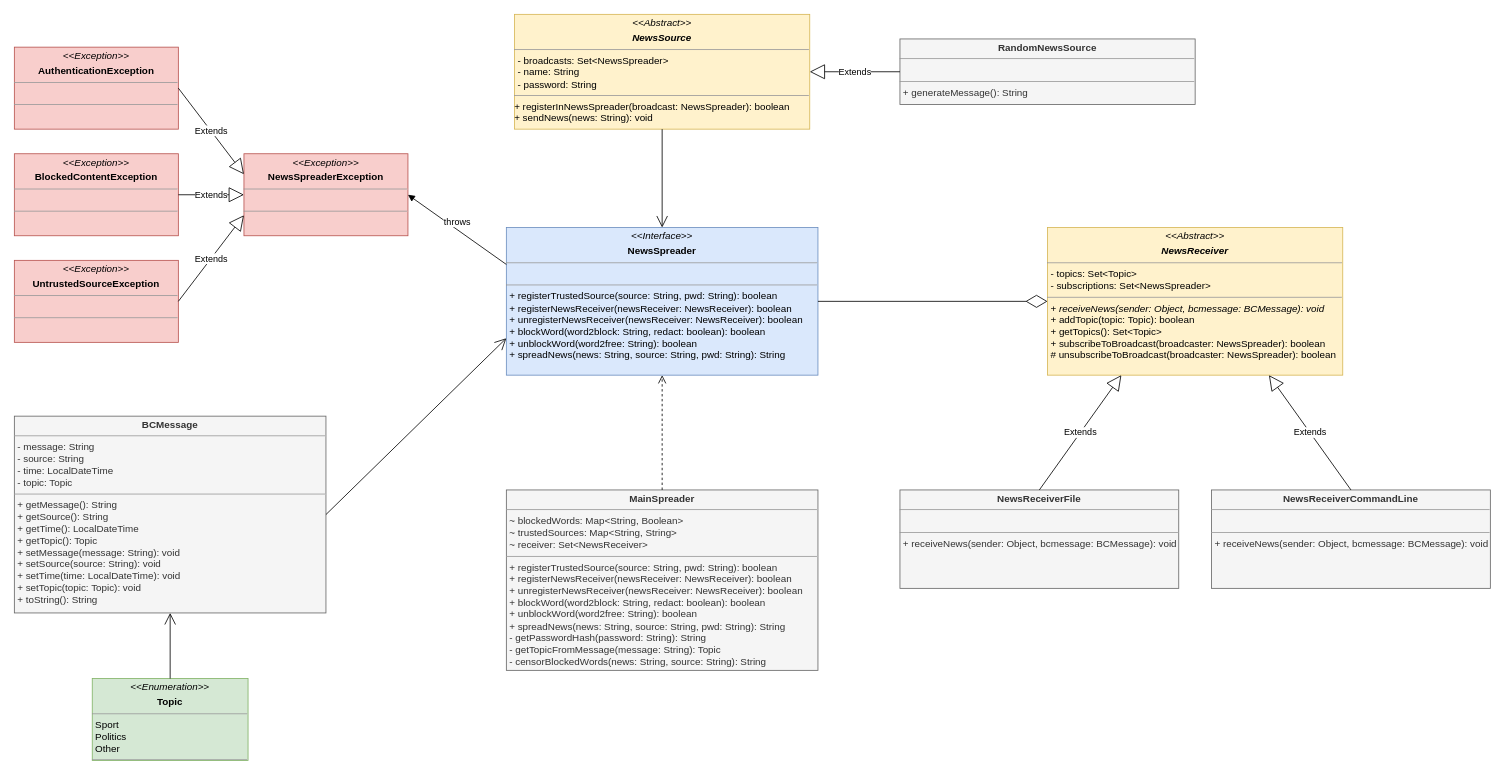
Earlier version of the draw.io diagram doc/observer/img/a6_uml.drawio (Johannes-Baischer/SE-Assignments). Source tidied: cells renumbered, new cells numbered last; positions are measured from the earlier drawing's top-left corner, leaving out a move shared by most shapes. Both pictures are drawn from the tidied source at 82%, with x=0, y=0 at pixel (14, 14).
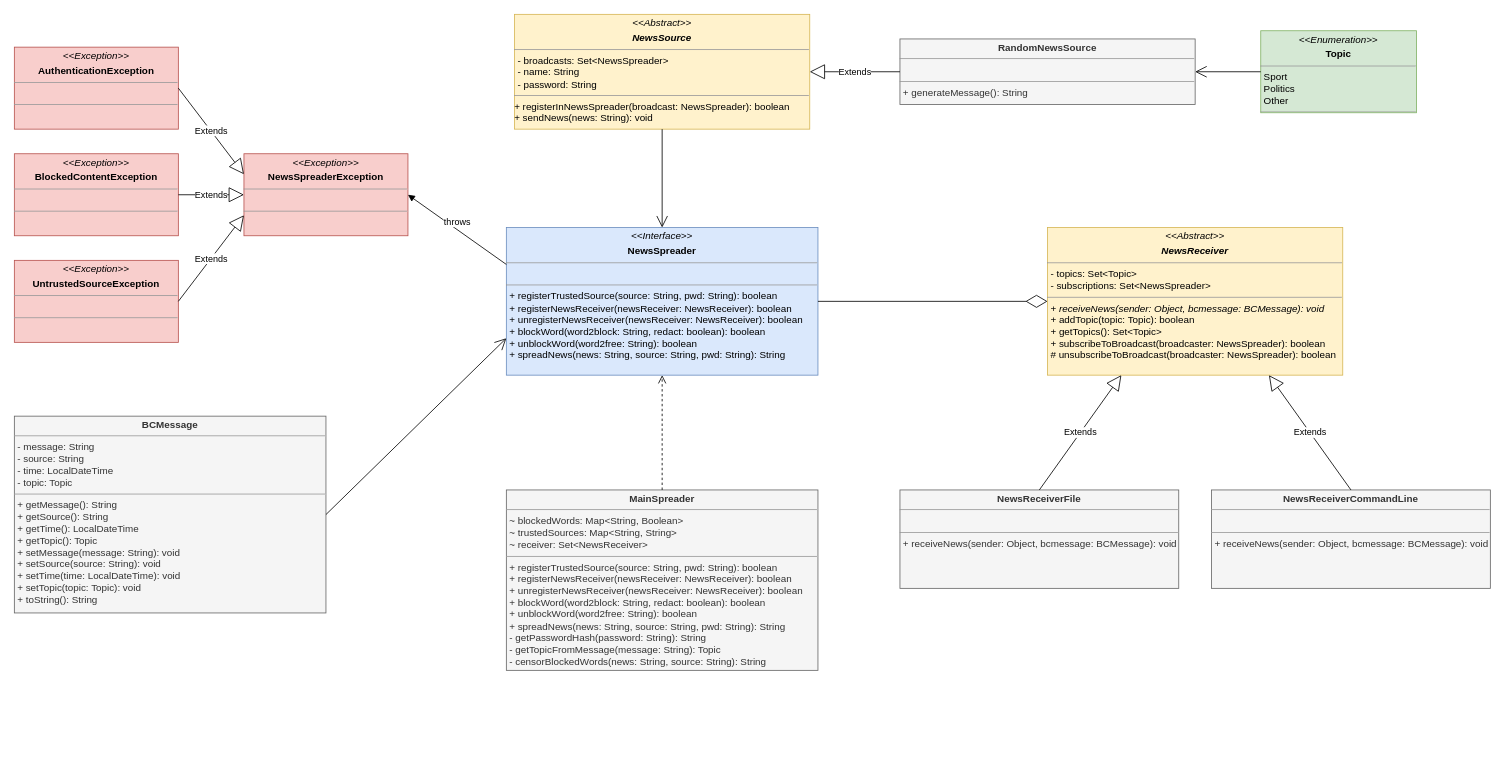
The same diagram, later.

The change refers to these unchanged cells:
```xml
<mxCell id="18" value="&lt;p style=&quot;margin:0px;margin-top:4px;text-align:center;&quot;&gt;&lt;b&gt;BCMessage&lt;/b&gt;&lt;/p&gt;&lt;hr size=&quot;1&quot;&gt;&lt;p style=&quot;margin:0px;margin-left:4px;&quot;&gt;- message: String&lt;/p&gt;&lt;p style=&quot;margin:0px;margin-left:4px;&quot;&gt;- source: String&lt;/p&gt;&lt;p style=&quot;margin:0px;margin-left:4px;&quot;&gt;- time: LocalDateTime&lt;/p&gt;&lt;p style=&quot;margin:0px;margin-left:4px;&quot;&gt;- topic: Topic&lt;br&gt;&lt;/p&gt;&lt;hr size=&quot;1&quot;&gt;&lt;p style=&quot;margin:0px;margin-left:4px;&quot;&gt;+ getMessage(): String&lt;/p&gt;&lt;p style=&quot;margin:0px;margin-left:4px;&quot;&gt;+ getSource(): String&lt;/p&gt;&lt;p style=&quot;margin:0px;margin-left:4px;&quot;&gt;+ getTime(): LocalDateTime&lt;/p&gt;&lt;p style=&quot;margin:0px;margin-left:4px;&quot;&gt;+ getTopic(): Topic&lt;/p&gt;&lt;p style=&quot;margin:0px;margin-left:4px;&quot;&gt;+ setMessage(message: String): void&lt;/p&gt;&lt;p style=&quot;margin:0px;margin-left:4px;&quot;&gt;+ setSource(source: String): void&lt;/p&gt;&lt;p style=&quot;margin:0px;margin-left:4px;&quot;&gt;+ setTime(time: LocalDateTime): void&lt;/p&gt;&lt;p style=&quot;margin:0px;margin-left:4px;&quot;&gt;+ setTopic(topic: Topic): void&lt;/p&gt;&lt;p style=&quot;margin:0px;margin-left:4px;&quot;&gt;+ toString(): String&lt;br&gt;&lt;/p&gt;" style="verticalAlign=top;align=left;overflow=fill;fontSize=12;fontFamily=Helvetica;html=1;fillColor=#f5f5f5;fontColor=#333333;strokeColor=#666666;" parent="1" vertex="1">
  <mxGeometry y="490" width="380" height="240" as="geometry" />
</mxCell>
<mxCell id="20" value="&lt;p style=&quot;margin:0px;margin-top:4px;text-align:center;&quot;&gt;&lt;b&gt;RandomNewsSource&lt;/b&gt;&lt;/p&gt;&lt;hr size=&quot;1&quot;&gt;&lt;p style=&quot;margin:0px;margin-left:4px;&quot;&gt;&lt;br&gt;&lt;/p&gt;&lt;hr size=&quot;1&quot;&gt;&lt;p style=&quot;margin:0px;margin-left:4px;&quot;&gt;+ generateMessage(): String&lt;br&gt;&lt;/p&gt;" style="verticalAlign=top;align=left;overflow=fill;fontSize=12;fontFamily=Helvetica;html=1;fillColor=#f5f5f5;fontColor=#333333;strokeColor=#666666;" parent="1" vertex="1">
  <mxGeometry x="1080" y="30" width="360" height="80" as="geometry" />
</mxCell>
```

Diff of the diagram source:
```diff
@@
     <mxCell id="17" value="&lt;p style=&quot;margin:0px;margin-top:4px;text-align:center;&quot;&gt;&lt;i&gt;&amp;lt;&amp;lt;Enumeration&amp;gt;&amp;gt;&lt;/i&gt;&lt;b&gt;&lt;br&gt;&lt;/b&gt;&lt;/p&gt;&lt;p style=&quot;margin:0px;margin-top:4px;text-align:center;&quot;&gt;&lt;b&gt;Topic&lt;/b&gt;&lt;br&gt;&lt;b&gt;&lt;/b&gt;&lt;/p&gt;&lt;hr size=&quot;1&quot;&gt;&lt;p style=&quot;margin:0px;margin-left:4px;&quot;&gt;Sport&lt;/p&gt;&lt;p style=&quot;margin:0px;margin-left:4px;&quot;&gt;Politics&lt;/p&gt;&lt;p style=&quot;margin:0px;margin-left:4px;&quot;&gt;Other&lt;br&gt;&lt;/p&gt;&lt;hr size=&quot;1&quot;&gt;" style="verticalAlign=top;align=left;overflow=fill;fontSize=12;fontFamily=Helvetica;html=1;fillColor=#d5e8d4;strokeColor=#82b366;" parent="1" vertex="1">
-      <mxGeometry x="95" y="810" width="190" height="100" as="geometry" />
+      <mxGeometry x="1520" y="20" width="190" height="100" as="geometry" />
     </mxCell>
@@
-    <mxCell id="23" style="endArrow=open;endFill=1;endSize=12;html=1;rounded=0;exitX=0.5;exitY=0;exitDx=0;exitDy=0;entryX=0.5;entryY=1;entryDx=0;entryDy=0;" parent="1" edge="1" source="17" target="18">
+    <mxCell id="23" style="endArrow=open;endFill=1;endSize=12;html=1;rounded=0;exitX=0;exitY=0.5;exitDx=0;exitDy=0;entryX=1;entryY=0.5;entryDx=0;entryDy=0;" parent="1" edge="1" source="17" target="20">
       <mxGeometry relative="1" as="geometry" />
     </mxCell>
```
